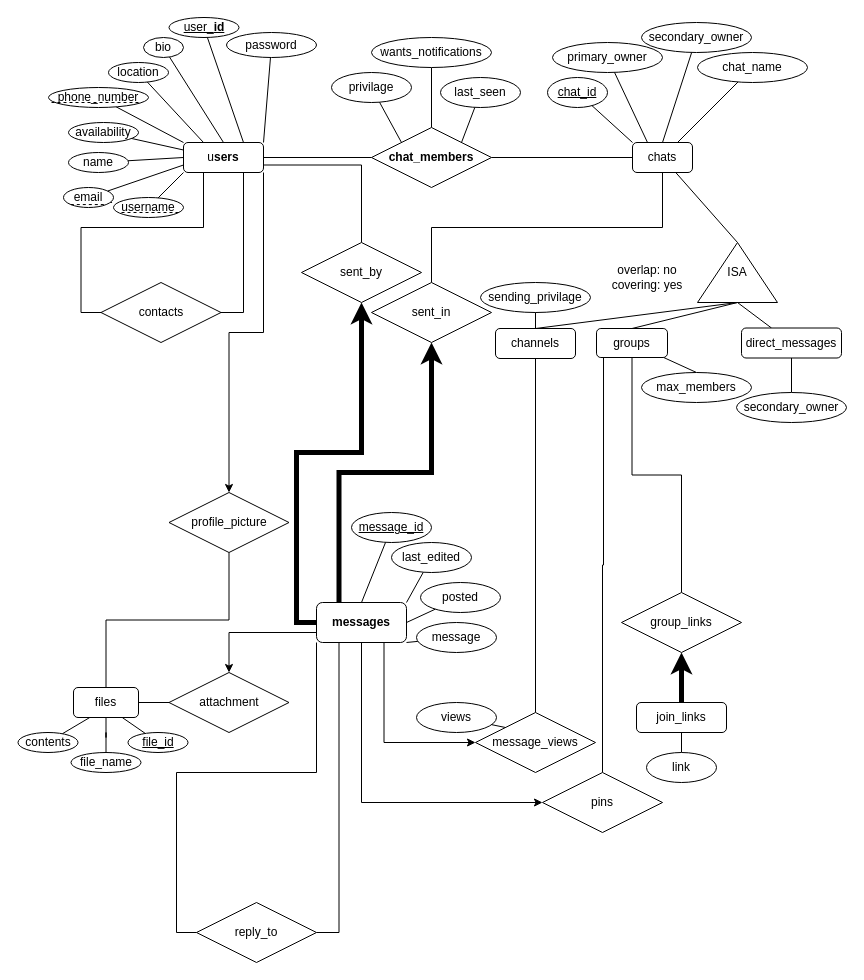
This is ER Diagram.drawio from ParkerTenBroeck/COSC_3P32, a draw.io file, before an edit. Source tidied: cells renumbered, new cells numbered last; positions are measured from the earlier drawing's top-left corner, leaving out a move shared by most shapes. Both pictures are drawn from the tidied source at 100%, with x=0, y=0 at pixel (17, 17).
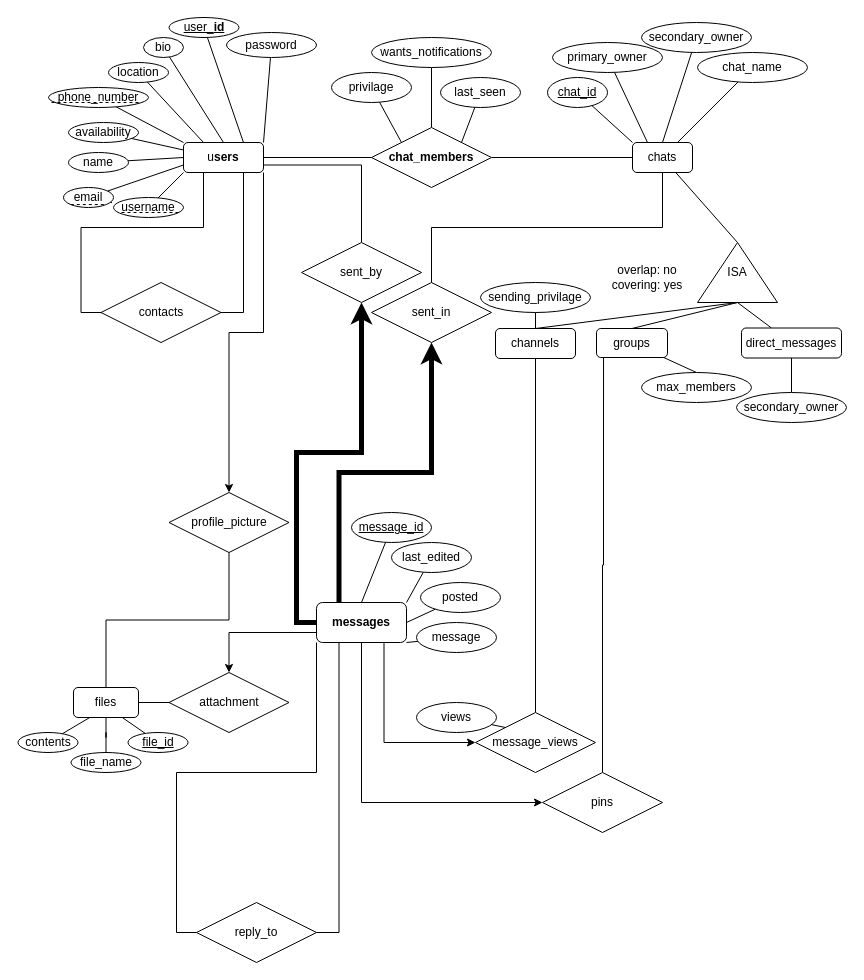
The same diagram, later.

Commit message (it also covers changes not shown here):
remove join links from the erd

The change refers to these unchanged cells:
```xml
<mxCell id="81" value="groups" style="rounded=1;whiteSpace=wrap;html=1;" parent="1" vertex="1">
  <mxGeometry x="579" y="311" width="71" height="29" as="geometry" />
</mxCell>
```

Change to the diagram source:
```diff
@@
-    <mxCell id="80" style="edgeStyle=orthogonalEdgeStyle;rounded=0;jettySize=auto;html=1;exitX=0.5;exitY=1;exitDx=0;exitDy=0;endArrow=none;endFill=0;" parent="1" edge="1" source="81" target="96">
-      <mxGeometry relative="1" as="geometry" />
-    </mxCell>
@@
-    <mxCell id="92" style="edgeStyle=orthogonalEdgeStyle;rounded=0;jettySize=auto;html=1;exitX=0.5;exitY=0;exitDx=0;exitDy=0;strokeWidth=5;" parent="1" edge="1" source="93" target="96">
-      <mxGeometry relative="1" as="geometry" />
-    </mxCell>
-    <mxCell id="93" value="join_links" style="rounded=1;whiteSpace=wrap;html=1;" parent="1" vertex="1">
-      <mxGeometry x="619" y="685" width="90" height="30" as="geometry" />
-    </mxCell>
-    <mxCell id="94" style="rounded=0;jettySize=auto;html=1;exitX=0.5;exitY=0;exitDx=0;exitDy=0;endArrow=none;endFill=0;" parent="1" edge="1" source="95" target="93">
-      <mxGeometry relative="1" as="geometry" />
+    <mxCell id="94" style="rounded=0;orthogonalLoop=1;jettySize=auto;html=1;exitX=0.5;exitY=0;exitDx=0;exitDy=0;endArrow=none;endFill=0;" parent="1" edge="1">
+      <mxGeometry relative="1" as="geometry">
+        <mxPoint x="664" y="735" as="sourcePoint" />
+      </mxGeometry>
     </mxCell>
-    <mxCell id="95" value="link" style="ellipse;whiteSpace=wrap;html=1;" parent="1" vertex="1">
-      <mxGeometry x="629" y="735" width="70" height="30" as="geometry" />
-    </mxCell>
-    <mxCell id="96" value="group_links" style="shape=rhombus;perimeter=rhombusPerimeter;whiteSpace=wrap;html=1;align=center;" parent="1" vertex="1">
-      <mxGeometry x="604" y="575" width="120" height="60" as="geometry" />
-    </mxCell>
```
